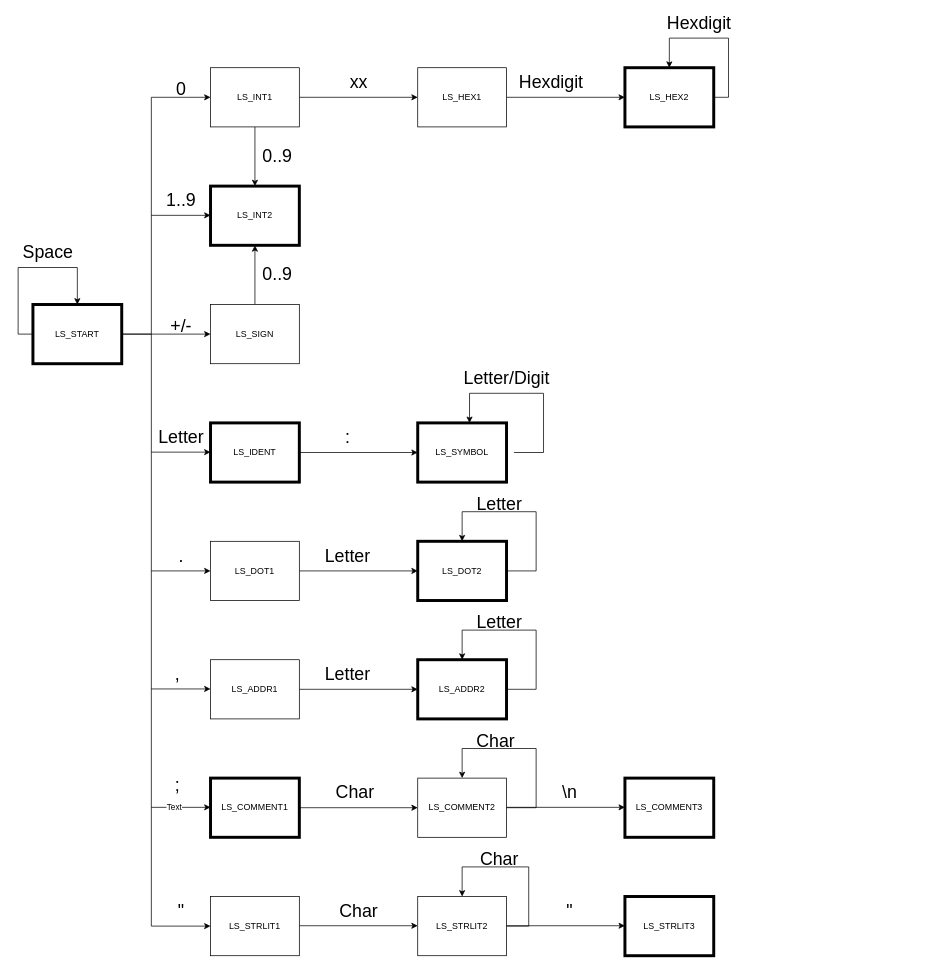
The draw.io diagram docs/diagrams/Tokenizer.drawio in zackthomas1/Pep9Assembler, before the edit. Source tidied: cells renumbered, new cells numbered last; positions are measured from the earlier drawing's top-left corner, leaving out a move shared by most shapes. Both pictures are drawn from the tidied source at 74%, with x=0, y=0 at pixel (18, 16).
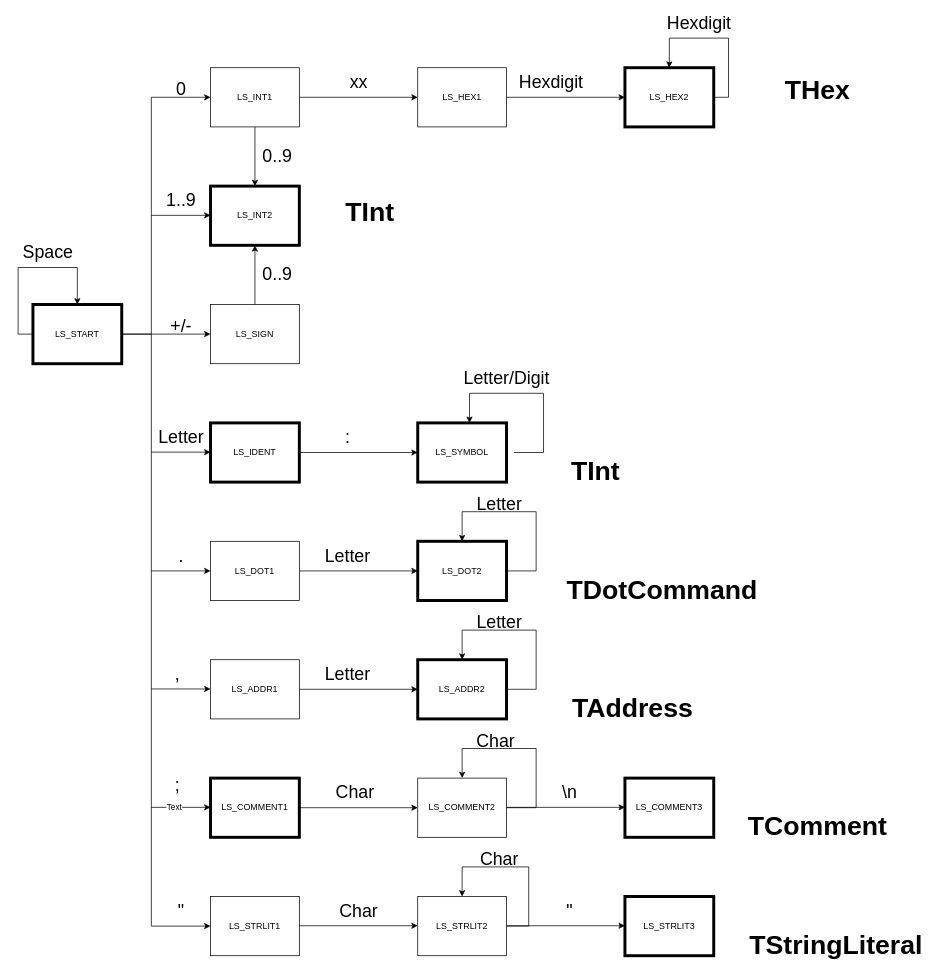
The same diagram, later.

Change to the diagram source:
```diff
@@
+    <mxCell id="73" value="&lt;font style=&quot;font-size: 36px&quot;&gt;&lt;b&gt;THex&lt;/b&gt;&lt;/font&gt;" style="text;html=1;align=center;verticalAlign=middle;strokeColor=none;" parent="1" vertex="1">
+      <mxGeometry x="1030" y="85" width="100" height="30" as="geometry" />
+    </mxCell>
+    <mxCell id="74" value="&lt;font style=&quot;font-size: 36px&quot;&gt;&lt;b&gt;TInt&lt;/b&gt;&lt;/font&gt;" style="text;html=1;align=center;verticalAlign=middle;strokeColor=none;" parent="1" vertex="1">
+      <mxGeometry x="435" y="250" width="80" height="30" as="geometry" />
+    </mxCell>
+    <mxCell id="75" value="&lt;font style=&quot;font-size: 36px&quot;&gt;&lt;b&gt;TInt&lt;/b&gt;&lt;/font&gt;" style="text;html=1;align=center;verticalAlign=middle;strokeColor=none;" parent="1" vertex="1">
+      <mxGeometry x="740" y="600" width="80" height="30" as="geometry" />
+    </mxCell>
+    <mxCell id="76" value="&lt;font style=&quot;font-size: 36px&quot;&gt;&lt;b&gt;TDotCommand&lt;/b&gt;&lt;/font&gt;" style="text;html=1;align=center;verticalAlign=middle;strokeColor=none;" parent="1" vertex="1">
+      <mxGeometry x="735" y="760" width="270" height="30" as="geometry" />
+    </mxCell>
+    <mxCell id="77" value="&lt;font style=&quot;font-size: 36px&quot;&gt;&lt;b&gt;TAddress&lt;/b&gt;&lt;/font&gt;" style="text;html=1;align=center;verticalAlign=middle;strokeColor=none;" parent="1" vertex="1">
+      <mxGeometry x="740" y="920" width="180" height="30" as="geometry" />
+    </mxCell>
+    <mxCell id="78" value="&lt;font style=&quot;font-size: 36px&quot;&gt;&lt;b&gt;TComment&lt;/b&gt;&lt;/font&gt;" style="text;html=1;align=center;verticalAlign=middle;strokeColor=none;" parent="1" vertex="1">
+      <mxGeometry x="980" y="1080" width="200" height="30" as="geometry" />
+    </mxCell>
+    <mxCell id="79" value="&lt;font style=&quot;font-size: 36px&quot;&gt;&lt;b&gt;TStringLiteral&lt;/b&gt;&lt;/font&gt;" style="text;html=1;align=center;verticalAlign=middle;strokeColor=none;" parent="1" vertex="1">
+      <mxGeometry x="980" y="1240" width="250" height="30" as="geometry" />
+    </mxCell>
```
